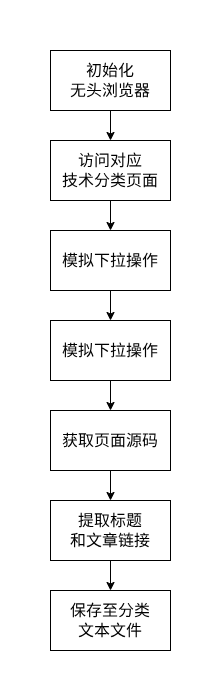
Before: static/pic/flowchart/getlink.drawio.png, a diagram exported from draw.io (hongch666/mix-web-demo). Source tidied: cells renumbered, new cells last; positions are measured from the earlier drawing's top-left corner, leaving out a move shared by most shapes. The source it was exported from:
```xml
<mxGraphModel background="#ffffff">
  <root>
    <mxCell id="0" />
    <mxCell id="1" parent="0" />
    <mxCell id="2" style="edgeStyle=none;html=1;exitX=0.5;exitY=1;exitDx=0;exitDy=0;entryX=0.5;entryY=0;entryDx=0;entryDy=0;" parent="1" edge="1" source="3" target="5">
      <mxGeometry relative="1" as="geometry" />
    </mxCell>
    <mxCell id="3" value="初始化&lt;br&gt;无头浏览器" style="rounded=0;whiteSpace=wrap;html=1;fontSize=16;" parent="1" vertex="1">
      <mxGeometry x="50" y="50" width="120" height="60" as="geometry" />
    </mxCell>
    <mxCell id="4" style="edgeStyle=none;html=1;exitX=0.5;exitY=1;exitDx=0;exitDy=0;entryX=0.5;entryY=0;entryDx=0;entryDy=0;" parent="1" edge="1" source="5" target="7">
      <mxGeometry relative="1" as="geometry" />
    </mxCell>
    <mxCell id="5" value="访问对应&lt;br&gt;技术分类页面" style="rounded=0;whiteSpace=wrap;html=1;fontSize=16;" parent="1" vertex="1">
      <mxGeometry x="50" y="140" width="120" height="60" as="geometry" />
    </mxCell>
    <mxCell id="6" style="edgeStyle=none;html=1;exitX=0.5;exitY=1;exitDx=0;exitDy=0;entryX=0.5;entryY=0;entryDx=0;entryDy=0;" parent="1" edge="1" source="7" target="9">
      <mxGeometry relative="1" as="geometry" />
    </mxCell>
    <mxCell id="7" value="模拟下拉操作" style="rounded=0;whiteSpace=wrap;html=1;fontSize=16;" parent="1" vertex="1">
      <mxGeometry x="50" y="230" width="120" height="60" as="geometry" />
    </mxCell>
    <mxCell id="8" style="edgeStyle=none;html=1;exitX=0.5;exitY=1;exitDx=0;exitDy=0;entryX=0.5;entryY=0;entryDx=0;entryDy=0;" parent="1" edge="1" source="9" target="11">
      <mxGeometry relative="1" as="geometry" />
    </mxCell>
    <mxCell id="9" value="模拟下拉操作" style="rounded=0;whiteSpace=wrap;html=1;fontSize=16;" parent="1" vertex="1">
      <mxGeometry x="50" y="320" width="120" height="60" as="geometry" />
    </mxCell>
    <mxCell id="10" style="edgeStyle=none;html=1;exitX=0.5;exitY=1;exitDx=0;exitDy=0;entryX=0.5;entryY=0;entryDx=0;entryDy=0;" parent="1" edge="1" source="11" target="13">
      <mxGeometry relative="1" as="geometry" />
    </mxCell>
    <mxCell id="11" value="获取页面源码" style="rounded=0;whiteSpace=wrap;html=1;fontSize=16;" parent="1" vertex="1">
      <mxGeometry x="50" y="410" width="120" height="60" as="geometry" />
    </mxCell>
    <mxCell id="12" style="edgeStyle=none;html=1;exitX=0.5;exitY=1;exitDx=0;exitDy=0;entryX=0.5;entryY=0;entryDx=0;entryDy=0;" parent="1" edge="1" source="13" target="14">
      <mxGeometry relative="1" as="geometry" />
    </mxCell>
    <mxCell id="13" value="提取标题&lt;br&gt;和文章链接" style="rounded=0;whiteSpace=wrap;html=1;fontSize=16;" parent="1" vertex="1">
      <mxGeometry x="50" y="500" width="120" height="60" as="geometry" />
    </mxCell>
    <mxCell id="14" value="保存至分类&lt;br&gt;文本文件" style="rounded=0;whiteSpace=wrap;html=1;fontSize=16;" parent="1" vertex="1">
      <mxGeometry x="50" y="590" width="120" height="60" as="geometry" />
    </mxCell>
    <mxCell id="15" style="rounded=0;whiteSpace=wrap;html=1;textOpacity=0;labelBorderColor=light-dark(#000000,#FFFFFF);fontColor=none;noLabel=1;strokeColor=none;" parent="1" vertex="1">
      <mxGeometry x="105" width="10" height="30" as="geometry" />
    </mxCell>
    <mxCell id="16" style="rounded=0;whiteSpace=wrap;html=1;textOpacity=0;labelBorderColor=light-dark(#000000,#FFFFFF);fontColor=none;noLabel=1;strokeColor=none;" parent="1" vertex="1">
      <mxGeometry y="280" width="10" height="30" as="geometry" />
    </mxCell>
    <mxCell id="17" style="rounded=0;whiteSpace=wrap;html=1;textOpacity=0;labelBorderColor=light-dark(#000000,#FFFFFF);fontColor=none;noLabel=1;strokeColor=none;" parent="1" vertex="1">
      <mxGeometry x="210" y="270" width="10" height="30" as="geometry" />
    </mxCell>
    <mxCell id="18" style="rounded=0;whiteSpace=wrap;html=1;textOpacity=0;labelBorderColor=light-dark(#000000,#FFFFFF);fontColor=none;noLabel=1;strokeColor=none;" parent="1" vertex="1">
      <mxGeometry x="105" y="660" width="10" height="30" as="geometry" />
    </mxCell>
  </root>
</mxGraphModel>
```
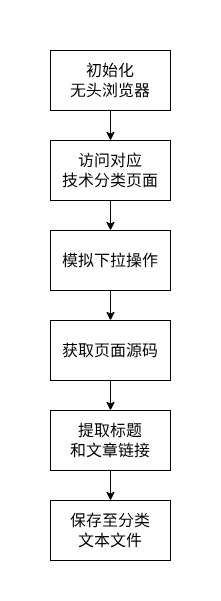
The same diagram one commit later.

Commit message:
修改流程图

Change to the diagram source:
```diff
@@ -6,20 +6,16 @@
       <mxGeometry relative="1" as="geometry" />
     </mxCell>
     <mxCell id="3" value="初始化&lt;br&gt;无头浏览器" style="rounded=0;whiteSpace=wrap;html=1;fontSize=16;" parent="1" vertex="1">
-      <mxGeometry x="50" y="50" width="120" height="60" as="geometry" />
+      <mxGeometry x="50" y="140" width="120" height="60" as="geometry" />
     </mxCell>
-    <mxCell id="4" style="edgeStyle=none;html=1;exitX=0.5;exitY=1;exitDx=0;exitDy=0;entryX=0.5;entryY=0;entryDx=0;entryDy=0;" parent="1" edge="1" source="5" target="7">
-      <mxGeometry relative="1" as="geometry" />
-    </mxCell>
     <mxCell id="5" value="访问对应&lt;br&gt;技术分类页面" style="rounded=0;whiteSpace=wrap;html=1;fontSize=16;" parent="1" vertex="1">
-      <mxGeometry x="50" y="140" width="120" height="60" as="geometry" />
+      <mxGeometry x="50" y="230" width="120" height="60" as="geometry" />
     </mxCell>
-    <mxCell id="6" style="edgeStyle=none;html=1;exitX=0.5;exitY=1;exitDx=0;exitDy=0;entryX=0.5;entryY=0;entryDx=0;entryDy=0;" parent="1" edge="1" source="7" target="9">
-      <mxGeometry relative="1" as="geometry" />
+    <mxCell id="6" style="edgeStyle=none;html=1;exitX=0.5;exitY=1;exitDx=0;exitDy=0;entryX=0.5;entryY=0;entryDx=0;entryDy=0;" parent="1" edge="1" target="9">
+      <mxGeometry relative="1" as="geometry">
+        <mxPoint x="110" y="290" as="sourcePoint" />
+      </mxGeometry>
     </mxCell>
-    <mxCell id="7" value="模拟下拉操作" style="rounded=0;whiteSpace=wrap;html=1;fontSize=16;" parent="1" vertex="1">
-      <mxGeometry x="50" y="230" width="120" height="60" as="geometry" />
-    </mxCell>
     <mxCell id="8" style="edgeStyle=none;html=1;exitX=0.5;exitY=1;exitDx=0;exitDy=0;entryX=0.5;entryY=0;entryDx=0;entryDy=0;" parent="1" edge="1" source="9" target="11">
       <mxGeometry relative="1" as="geometry" />
     </mxCell>
@@ -42,7 +38,7 @@
       <mxGeometry x="50" y="590" width="120" height="60" as="geometry" />
     </mxCell>
     <mxCell id="15" style="rounded=0;whiteSpace=wrap;html=1;textOpacity=0;labelBorderColor=light-dark(#000000,#FFFFFF);fontColor=none;noLabel=1;strokeColor=none;" parent="1" vertex="1">
-      <mxGeometry x="105" width="10" height="30" as="geometry" />
+      <mxGeometry x="105" y="90" width="10" height="30" as="geometry" />
     </mxCell>
     <mxCell id="16" style="rounded=0;whiteSpace=wrap;html=1;textOpacity=0;labelBorderColor=light-dark(#000000,#FFFFFF);fontColor=none;noLabel=1;strokeColor=none;" parent="1" vertex="1">
       <mxGeometry y="280" width="10" height="30" as="geometry" />
```
